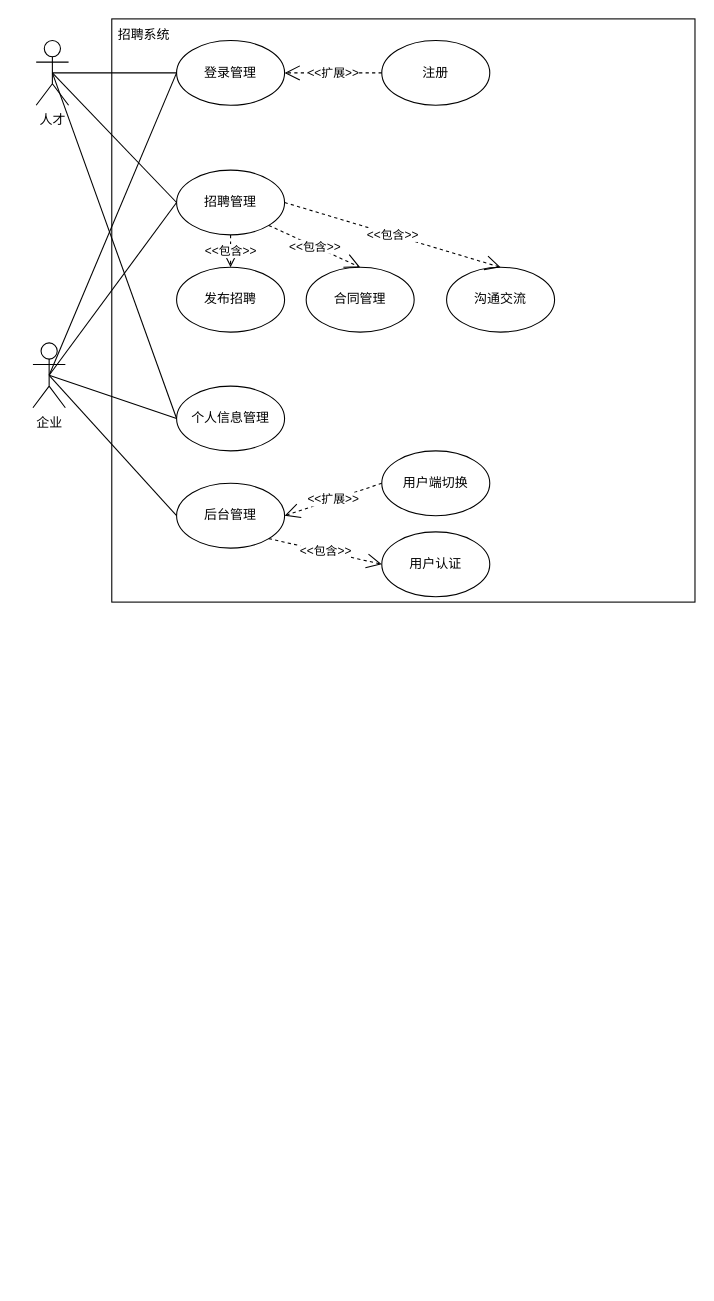
This is page "第 5 页" (5 of 10) of 未命名绘图.drawio from SET025187/EXERCISE001, a draw.io file, before an edit. Source tidied: cells renumbered, new cells numbered last; positions are measured from the earlier drawing's top-left corner, leaving out a move shared by most shapes. Both pictures are drawn from the tidied source at 108%, with x=0, y=0 at pixel (32, 18).
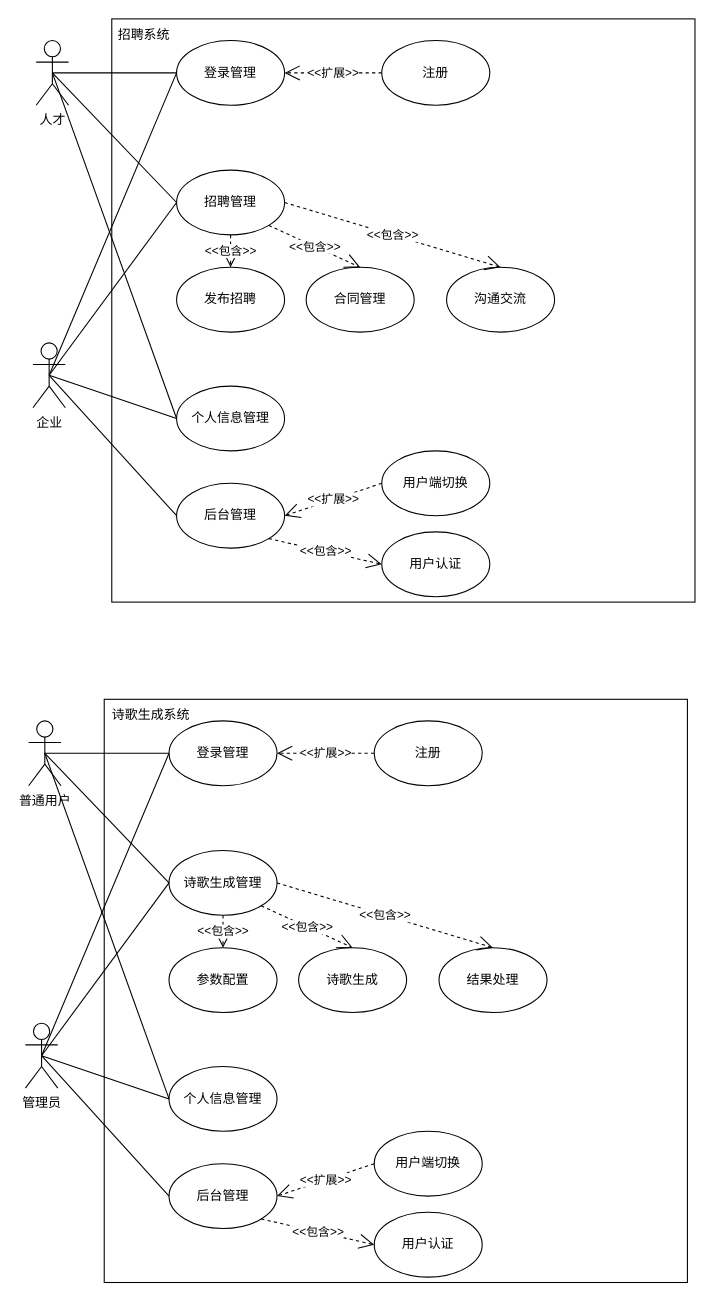
The same diagram, later.

Diff of the diagram source:
```diff
@@
+    <mxCell id="29" value="普通用户" style="shape=umlActor;verticalLabelPosition=bottom;verticalAlign=top;html=1;outlineConnect=0;" parent="1" vertex="1">
+      <mxGeometry x="-4" y="650" width="30" height="60" as="geometry" />
+    </mxCell>
+    <mxCell id="30" value="管理员" style="shape=umlActor;verticalLabelPosition=bottom;verticalAlign=top;html=1;outlineConnect=0;" parent="1" vertex="1">
+      <mxGeometry x="-7" y="930" width="30" height="60" as="geometry" />
+    </mxCell>
+    <mxCell id="31" style="whiteSpace=wrap;html=1;" parent="1" vertex="1">
+      <mxGeometry x="66" y="630" width="540" height="540" as="geometry" />
+    </mxCell>
+    <mxCell id="32" value="诗歌生成系统" style="text;html=1;align=center;verticalAlign=middle;whiteSpace=wrap;rounded=0;" parent="1" vertex="1">
+      <mxGeometry x="66" y="630" width="87" height="30" as="geometry" />
+    </mxCell>
+    <mxCell id="33" value="登录管理" style="ellipse;whiteSpace=wrap;html=1;" parent="1" vertex="1">
+      <mxGeometry x="126" y="650" width="100" height="60" as="geometry" />
+    </mxCell>
+    <mxCell id="34" value="诗歌生成管理" style="ellipse;whiteSpace=wrap;html=1;" parent="1" vertex="1">
+      <mxGeometry x="126" y="770" width="100" height="60" as="geometry" />
+    </mxCell>
+    <mxCell id="35" value="注册" style="ellipse;whiteSpace=wrap;html=1;" parent="1" vertex="1">
+      <mxGeometry x="316" y="650" width="100" height="60" as="geometry" />
+    </mxCell>
+    <mxCell id="36" value="&amp;lt;&amp;lt;扩展&amp;gt;&amp;gt;" style="endArrow=open;endSize=12;dashed=1;html=1;rounded=0;entryX=1;entryY=0.5;entryDx=0;entryDy=0;exitX=0;exitY=0.5;exitDx=0;exitDy=0;" parent="1" edge="1" source="35" target="33">
+      <mxGeometry relative="1" as="geometry" />
+    </mxCell>
+    <mxCell id="37" value="诗歌生成" style="ellipse;whiteSpace=wrap;html=1;" parent="1" vertex="1">
+      <mxGeometry x="246" y="860" width="100" height="60" as="geometry" />
+    </mxCell>
+    <mxCell id="38" value="参数配置" style="ellipse;whiteSpace=wrap;html=1;" parent="1" vertex="1">
+      <mxGeometry x="126" y="860" width="100" height="60" as="geometry" />
+    </mxCell>
+    <mxCell id="39" value="结果处理" style="ellipse;whiteSpace=wrap;html=1;" parent="1" vertex="1">
+      <mxGeometry x="376" y="860" width="100" height="60" as="geometry" />
+    </mxCell>
+    <mxCell id="40" value="&amp;lt;&amp;lt;包含&amp;gt;&amp;gt;" style="endArrow=open;endSize=12;dashed=1;html=1;rounded=0;entryX=0.5;entryY=0;entryDx=0;entryDy=0;exitX=0.5;exitY=1;exitDx=0;exitDy=0;" parent="1" edge="1" source="34" target="38">
+      <mxGeometry relative="1" as="geometry" />
+    </mxCell>
+    <mxCell id="41" value="&amp;lt;&amp;lt;包含&amp;gt;&amp;gt;" style="endArrow=open;endSize=12;dashed=1;html=1;rounded=0;entryX=0.5;entryY=0;entryDx=0;entryDy=0;exitX=1;exitY=0.5;exitDx=0;exitDy=0;" parent="1" edge="1" source="34" target="39">
+      <mxGeometry relative="1" as="geometry" />
+    </mxCell>
+    <mxCell id="42" value="&amp;lt;&amp;lt;包含&amp;gt;&amp;gt;" style="endArrow=open;endSize=12;dashed=1;html=1;rounded=0;entryX=0.5;entryY=0;entryDx=0;entryDy=0;exitX=1;exitY=1;exitDx=0;exitDy=0;" parent="1" edge="1" source="34" target="37">
+      <mxGeometry relative="1" as="geometry" />
+    </mxCell>
+    <mxCell id="43" value="个人信息管理" style="ellipse;whiteSpace=wrap;html=1;" parent="1" vertex="1">
+      <mxGeometry x="126" y="970" width="100" height="60" as="geometry" />
+    </mxCell>
+    <mxCell id="44" value="后台管理" style="ellipse;whiteSpace=wrap;html=1;" parent="1" vertex="1">
+      <mxGeometry x="126" y="1060" width="100" height="60" as="geometry" />
+    </mxCell>
+    <mxCell id="45" value="用户端切换" style="ellipse;whiteSpace=wrap;html=1;" parent="1" vertex="1">
+      <mxGeometry x="316" y="1030" width="100" height="60" as="geometry" />
+    </mxCell>
+    <mxCell id="46" value="用户认证" style="ellipse;whiteSpace=wrap;html=1;" parent="1" vertex="1">
+      <mxGeometry x="316" y="1105" width="100" height="60" as="geometry" />
+    </mxCell>
+    <mxCell id="47" value="&amp;lt;&amp;lt;扩展&amp;gt;&amp;gt;" style="endArrow=open;endSize=12;dashed=1;html=1;rounded=0;entryX=1;entryY=0.5;entryDx=0;entryDy=0;exitX=0;exitY=0.5;exitDx=0;exitDy=0;" parent="1" edge="1" source="45" target="44">
+      <mxGeometry relative="1" as="geometry" />
+    </mxCell>
+    <mxCell id="48" value="&amp;lt;&amp;lt;包含&amp;gt;&amp;gt;" style="endArrow=open;endSize=12;dashed=1;html=1;rounded=0;entryX=0;entryY=0.5;entryDx=0;entryDy=0;exitX=1;exitY=1;exitDx=0;exitDy=0;" parent="1" edge="1" source="44" target="46">
+      <mxGeometry relative="1" as="geometry" />
+    </mxCell>
+    <mxCell id="49" style="endArrow=none;html=1;rounded=0;exitX=0.5;exitY=0.5;exitDx=0;exitDy=0;exitPerimeter=0;entryX=0;entryY=0.5;entryDx=0;entryDy=0;" parent="1" edge="1" source="29" target="33">
+      <mxGeometry relative="1" as="geometry" />
+    </mxCell>
+    <mxCell id="50" style="endArrow=none;html=1;rounded=0;exitX=0.5;exitY=0.5;exitDx=0;exitDy=0;exitPerimeter=0;entryX=0;entryY=0.5;entryDx=0;entryDy=0;" parent="1" edge="1" source="29" target="34">
+      <mxGeometry relative="1" as="geometry" />
+    </mxCell>
+    <mxCell id="51" style="endArrow=none;html=1;rounded=0;exitX=0.5;exitY=0.5;exitDx=0;exitDy=0;exitPerimeter=0;entryX=0;entryY=0.5;entryDx=0;entryDy=0;" parent="1" edge="1" source="29" target="43">
+      <mxGeometry relative="1" as="geometry" />
+    </mxCell>
+    <mxCell id="52" style="endArrow=none;html=1;rounded=0;exitX=0.5;exitY=0.5;exitDx=0;exitDy=0;exitPerimeter=0;entryX=0;entryY=0.5;entryDx=0;entryDy=0;" parent="1" edge="1" source="30" target="44">
+      <mxGeometry relative="1" as="geometry" />
+    </mxCell>
+    <mxCell id="53" style="endArrow=none;html=1;rounded=0;exitX=0.5;exitY=0.5;exitDx=0;exitDy=0;exitPerimeter=0;entryX=0;entryY=0.5;entryDx=0;entryDy=0;" parent="1" edge="1" source="30" target="34">
+      <mxGeometry relative="1" as="geometry" />
+    </mxCell>
+    <mxCell id="54" style="endArrow=none;html=1;rounded=0;exitX=0.5;exitY=0.5;exitDx=0;exitDy=0;exitPerimeter=0;entryX=0;entryY=0.5;entryDx=0;entryDy=0;" parent="1" edge="1" source="30" target="43">
+      <mxGeometry relative="1" as="geometry" />
+    </mxCell>
+    <mxCell id="55" style="endArrow=none;html=1;rounded=0;exitX=0.5;exitY=0.5;exitDx=0;exitDy=0;exitPerimeter=0;entryX=0;entryY=0.5;entryDx=0;entryDy=0;" parent="1" edge="1" source="30" target="33">
+      <mxGeometry relative="1" as="geometry" />
+    </mxCell>
```
